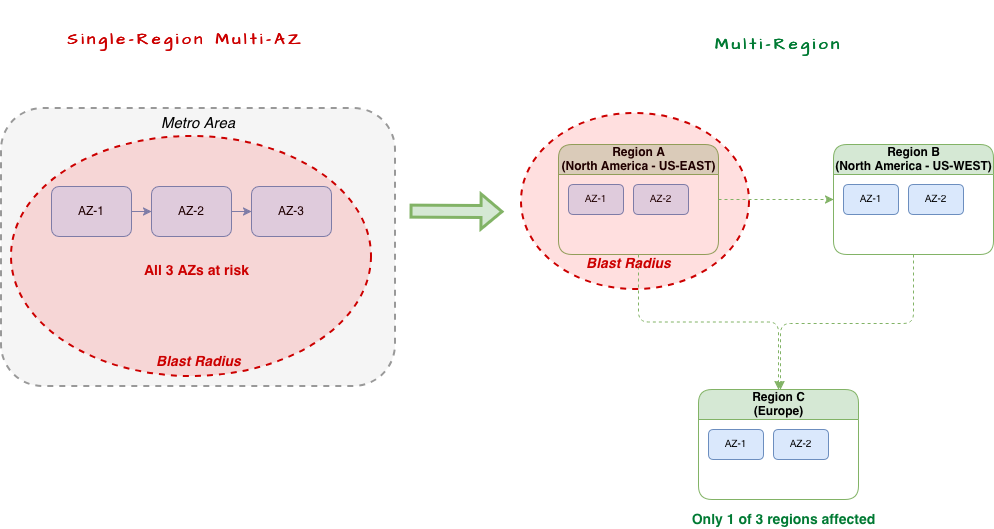
Above: assets/images/20260502/SingleRegion-MultiRegion.png in r2rajan/r2rajan.github.io (draw.io), before the change. Source tidied: cells renumbered, new cells last; positions are measured from the earlier drawing's top-left corner, leaving out a move shared by most shapes. The source it was exported from:
```xml
<mxGraphModel>
  <root>
    <mxCell id="0" />
    <mxCell id="1" parent="0" />
    <mxCell id="2" value="Geographic Distribution: Single-Region vs Multi-Region" style="text;html=1;fontSize=16;fontStyle=1;align=center;verticalAlign=middle;fontColor=#FFFFFF;" parent="1" vertex="1">
      <mxGeometry x="130" width="600" height="30" as="geometry" />
    </mxCell>
    <mxCell id="3" value="&lt;span style=&quot;letter-spacing: 3px;&quot;&gt;Single-Region Multi-AZ&lt;/span&gt;" style="text;html=1;fontSize=16;fontStyle=1;align=center;fontColor=#CC0000;fontFamily=Architects Daughter;" parent="1" vertex="1">
      <mxGeometry x="34" y="23" width="300" height="24" as="geometry" />
    </mxCell>
    <mxCell id="4" value="&lt;span style=&quot;letter-spacing: 3px;&quot;&gt;Multi-Region&amp;nbsp;&lt;/span&gt;" style="text;html=1;fontSize=16;fontStyle=1;align=center;fontColor=#007A33;fontFamily=Architects Daughter ;fontSource=https%3A%2F%2Ffonts.googleapis.com%2Fcss%3Ffamily%3DArchitects%2BDaughter%2B;" parent="1" vertex="1">
      <mxGeometry x="632" y="28" width="300" height="24" as="geometry" />
    </mxCell>
    <mxCell id="5" value="&lt;font style=&quot;font-size: 15px;&quot;&gt;Metro Area&lt;/font&gt;" style="rounded=1;whiteSpace=wrap;html=1;fillColor=#f5f5f5;strokeColor=#999999;dashed=1;strokeWidth=2;fontSize=11;verticalAlign=top;fontStyle=2;" parent="1" vertex="1">
      <mxGeometry y="108" width="394" height="278" as="geometry" />
    </mxCell>
    <mxCell id="6" value="AZ-1" style="rounded=1;whiteSpace=wrap;html=1;fillColor=#dae8fc;strokeColor=#6c8ebf;" parent="1" vertex="1">
      <mxGeometry x="50" y="186" width="80" height="50" as="geometry" />
    </mxCell>
    <mxCell id="7" value="AZ-2" style="rounded=1;whiteSpace=wrap;html=1;fillColor=#dae8fc;strokeColor=#6c8ebf;" parent="1" vertex="1">
      <mxGeometry x="150" y="186" width="80" height="50" as="geometry" />
    </mxCell>
    <mxCell id="8" value="AZ-3" style="rounded=1;whiteSpace=wrap;html=1;fillColor=#dae8fc;strokeColor=#6c8ebf;" parent="1" vertex="1">
      <mxGeometry x="250" y="186" width="80" height="50" as="geometry" />
    </mxCell>
    <mxCell id="9" style="edgeStyle=orthogonalEdgeStyle;rounded=1;html=1;strokeColor=#6c8ebf;" parent="1" edge="1" source="6" target="7">
      <mxGeometry relative="1" as="geometry" />
    </mxCell>
    <mxCell id="10" style="edgeStyle=orthogonalEdgeStyle;rounded=1;html=1;strokeColor=#6c8ebf;" parent="1" edge="1" source="7" target="8">
      <mxGeometry relative="1" as="geometry" />
    </mxCell>
    <mxCell id="11" style="ellipse;fillColor=#FF000020;strokeColor=#CC0000;strokeWidth=2;dashed=1;" parent="1" vertex="1">
      <mxGeometry x="10" y="136" width="360" height="240" as="geometry" />
    </mxCell>
    <mxCell id="12" value="Blast Radius" style="text;html=1;fontSize=14;fontColor=#CC0000;fontStyle=3;align=center;" parent="1" vertex="1">
      <mxGeometry x="147" y="347" width="100" height="20" as="geometry" />
    </mxCell>
    <mxCell id="13" value="All 3 AZs at risk" style="text;html=1;fontSize=14;fontColor=#CC0000;fontStyle=1;align=center;" parent="1" vertex="1">
      <mxGeometry x="95" y="256" width="200" height="20" as="geometry" />
    </mxCell>
    <mxCell id="14" value="&lt;div&gt;Region A&lt;/div&gt;&lt;div&gt;(North America - US-EAST)&lt;/div&gt;" style="swimlane;startSize=30;fillColor=#d5e8d4;strokeColor=#82b366;html=1;rounded=1;" parent="1" vertex="1">
      <mxGeometry x="557" y="144" width="160" height="110" as="geometry" />
    </mxCell>
    <mxCell id="15" value="AZ-1" style="rounded=1;whiteSpace=wrap;html=1;fillColor=#dae8fc;strokeColor=#6c8ebf;fontSize=10;" parent="14" vertex="1">
      <mxGeometry x="10" y="40" width="55" height="30" as="geometry" />
    </mxCell>
    <mxCell id="16" value="AZ-2" style="rounded=1;whiteSpace=wrap;html=1;fillColor=#dae8fc;strokeColor=#6c8ebf;fontSize=10;" parent="14" vertex="1">
      <mxGeometry x="75" y="40" width="55" height="30" as="geometry" />
    </mxCell>
    <mxCell id="17" style="ellipse;fillColor=#FF000020;strokeColor=#CC0000;strokeWidth=2;dashed=1;" parent="14" vertex="1">
      <mxGeometry x="-37" y="-31" width="228" height="176" as="geometry" />
    </mxCell>
    <mxCell id="18" value="Region B&lt;br&gt;(North America - US-WEST)" style="swimlane;startSize=30;fillColor=#d5e8d4;strokeColor=#82b366;html=1;rounded=1;" parent="1" vertex="1">
      <mxGeometry x="832" y="144" width="160" height="110" as="geometry" />
    </mxCell>
    <mxCell id="19" value="AZ-1" style="rounded=1;whiteSpace=wrap;html=1;fillColor=#dae8fc;strokeColor=#6c8ebf;fontSize=10;" parent="18" vertex="1">
      <mxGeometry x="10" y="40" width="55" height="30" as="geometry" />
    </mxCell>
    <mxCell id="20" value="AZ-2" style="rounded=1;whiteSpace=wrap;html=1;fillColor=#dae8fc;strokeColor=#6c8ebf;fontSize=10;" parent="18" vertex="1">
      <mxGeometry x="75" y="40" width="55" height="30" as="geometry" />
    </mxCell>
    <mxCell id="21" value="Region C&lt;br&gt;(Europe)" style="swimlane;startSize=30;fillColor=#d5e8d4;strokeColor=#82b366;html=1;rounded=1;" parent="1" vertex="1">
      <mxGeometry x="697" y="389" width="160" height="110" as="geometry" />
    </mxCell>
    <mxCell id="22" value="AZ-1" style="rounded=1;whiteSpace=wrap;html=1;fillColor=#dae8fc;strokeColor=#6c8ebf;fontSize=10;" parent="21" vertex="1">
      <mxGeometry x="10" y="40" width="55" height="30" as="geometry" />
    </mxCell>
    <mxCell id="23" value="AZ-2" style="rounded=1;whiteSpace=wrap;html=1;fillColor=#dae8fc;strokeColor=#6c8ebf;fontSize=10;" parent="21" vertex="1">
      <mxGeometry x="75" y="40" width="55" height="30" as="geometry" />
    </mxCell>
    <mxCell id="24" style="edgeStyle=orthogonalEdgeStyle;rounded=1;html=1;strokeColor=#82b366;dashed=1;" parent="1" edge="1" source="14" target="18">
      <mxGeometry relative="1" as="geometry" />
    </mxCell>
    <mxCell id="25" style="edgeStyle=orthogonalEdgeStyle;rounded=1;html=1;strokeColor=#82b366;dashed=1;" parent="1" edge="1" source="14" target="21">
      <mxGeometry relative="1" as="geometry" />
    </mxCell>
    <mxCell id="26" style="edgeStyle=orthogonalEdgeStyle;rounded=1;html=1;strokeColor=#82b366;dashed=1;" parent="1" edge="1" source="18" target="21">
      <mxGeometry relative="1" as="geometry">
        <Array as="points">
          <mxPoint x="912" y="323" />
          <mxPoint x="779" y="323" />
        </Array>
      </mxGeometry>
    </mxCell>
    <mxCell id="27" value="Blast Radius" style="text;html=1;fontSize=14;fontColor=#CC0000;fontStyle=3;align=center;" parent="1" vertex="1">
      <mxGeometry x="577" y="249" width="100" height="20" as="geometry" />
    </mxCell>
    <mxCell id="28" value="Only 1 of 3 regions affected" style="text;html=1;fontSize=14;fontColor=#007A33;fontStyle=1;align=center;" parent="1" vertex="1">
      <mxGeometry x="662" y="505" width="240" height="20" as="geometry" />
    </mxCell>
    <mxCell id="29" style="shape=flexArrow;endArrow=classic;html=1;rounded=0;fontColor=#0000FF;fillColor=#d5e8d4;strokeColor=#82b366;strokeWidth=3;" parent="1" edge="1">
      <mxGeometry relative="1" as="geometry">
        <mxPoint x="408" y="210.5" as="sourcePoint" />
        <mxPoint x="502" y="211" as="targetPoint" />
      </mxGeometry>
    </mxCell>
  </root>
</mxGraphModel>
```
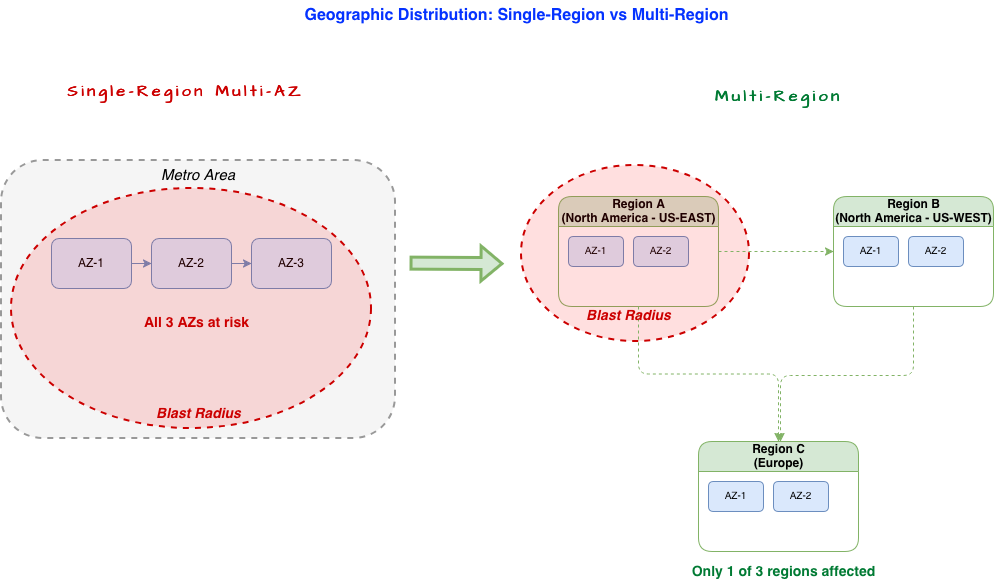
Later version of the same file.

Change to the diagram source:
```diff
@@ -2,8 +2,8 @@
   <root>
     <mxCell id="0" />
     <mxCell id="1" parent="0" />
-    <mxCell id="2" value="Geographic Distribution: Single-Region vs Multi-Region" style="text;html=1;fontSize=16;fontStyle=1;align=center;verticalAlign=middle;fontColor=#FFFFFF;" parent="1" vertex="1">
-      <mxGeometry x="130" width="600" height="30" as="geometry" />
+    <mxCell id="2" value="Geographic Distribution: Single-Region vs Multi-Region" style="text;html=1;fontSize=16;fontStyle=1;align=center;verticalAlign=middle;fontColor=light-dark(#0432ff, #ededed);" parent="1" vertex="1">
+      <mxGeometry x="215" y="-52" width="600" height="30" as="geometry" />
     </mxCell>
     <mxCell id="3" value="&lt;span style=&quot;letter-spacing: 3px;&quot;&gt;Single-Region Multi-AZ&lt;/span&gt;" style="text;html=1;fontSize=16;fontStyle=1;align=center;fontColor=#CC0000;fontFamily=Architects Daughter;" parent="1" vertex="1">
       <mxGeometry x="34" y="23" width="300" height="24" as="geometry" />
```
